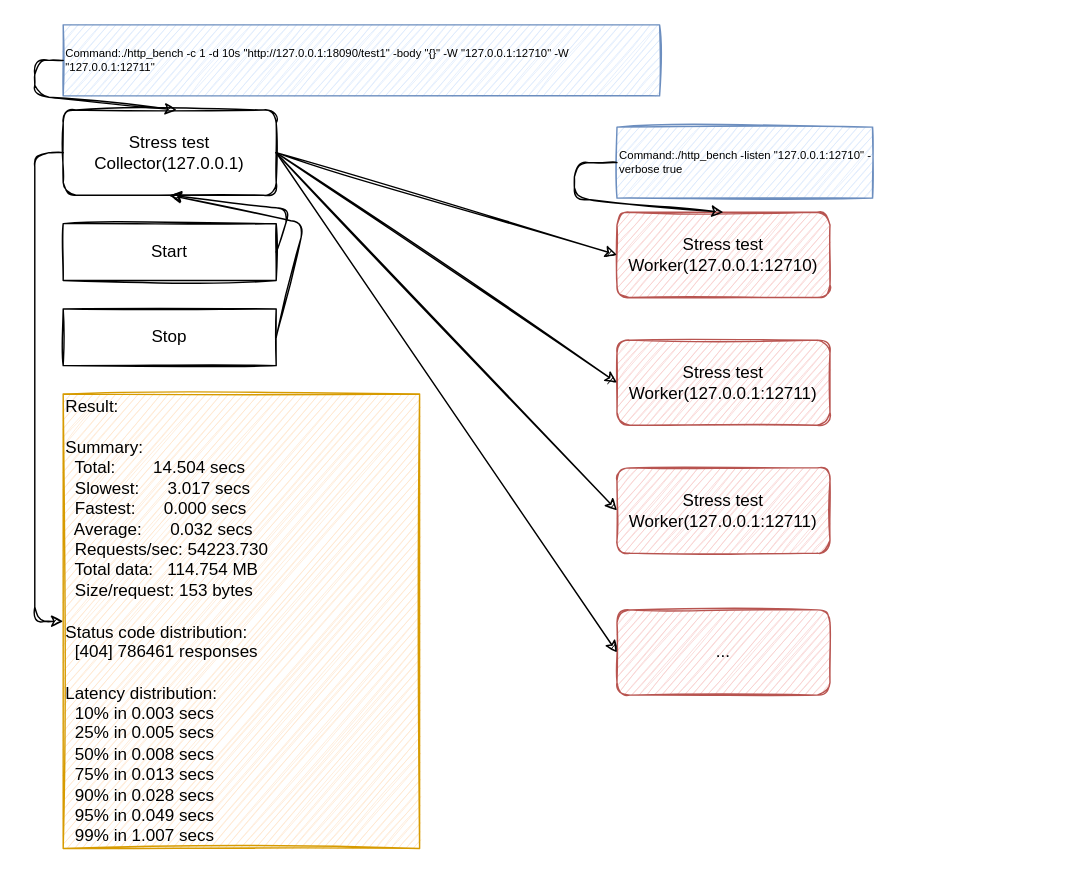
This is arch.drawio from linkxzhou/http_bench, a draw.io file, before an edit. Source tidied: cells renumbered, new cells numbered last; positions are measured from the earlier drawing's top-left corner, leaving out a move shared by most shapes. Both pictures are drawn from the tidied source at 142%, with x=0, y=0 at pixel (34, 24).
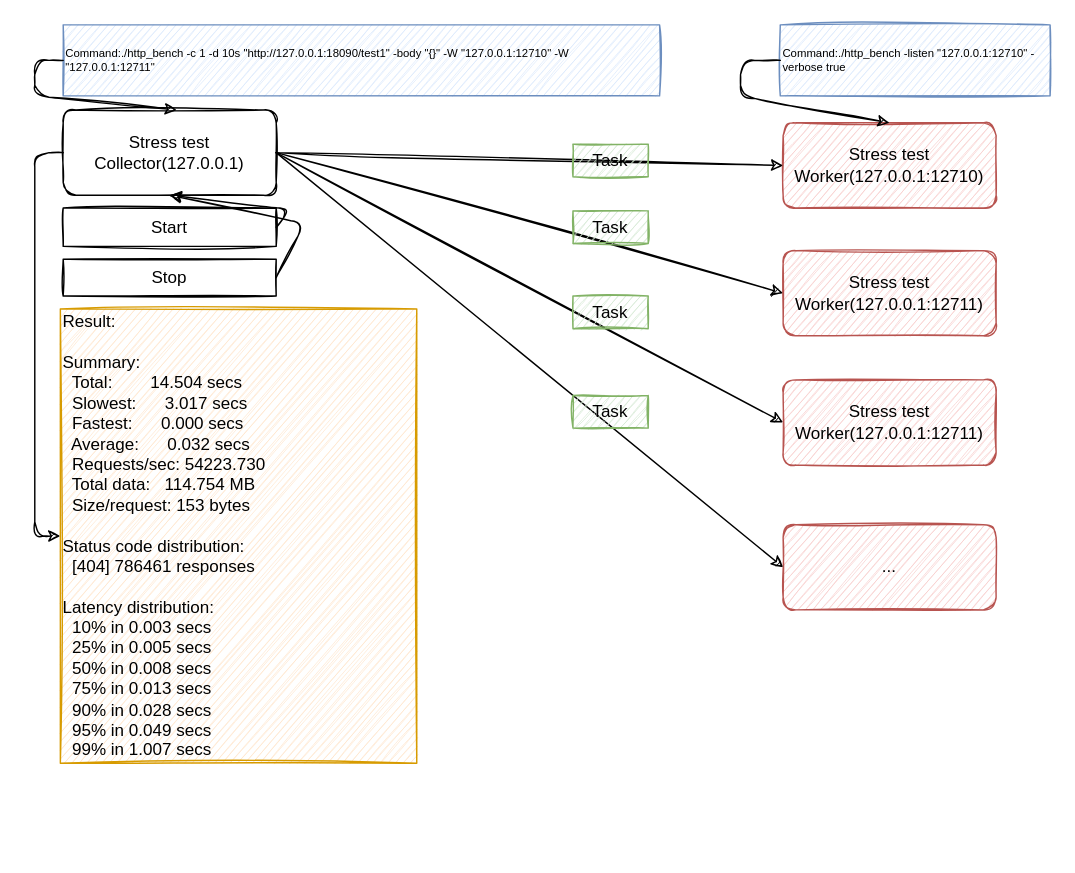
The same page after the edit.

Unchanged cells that the change refers to:
```xml
<mxCell id="2" value="Stress test Collector(127.0.0.1)" style="rounded=1;whiteSpace=wrap;html=1;sketch=1;" parent="1" vertex="1">
  <mxGeometry x="20" y="60" width="150" height="60" as="geometry" />
</mxCell>
```

Diff of the diagram source:
```diff
@@
     <mxCell id="3" value="Stress test Worker(127.0.0.1:12710)" style="rounded=1;whiteSpace=wrap;html=1;sketch=1;fillColor=#f8cecc;strokeColor=#b85450;" parent="1" vertex="1">
-      <mxGeometry x="410" y="132" width="150" height="60" as="geometry" />
+      <mxGeometry x="527" y="69" width="150" height="60" as="geometry" />
     </mxCell>
     <mxCell id="4" value="Stress test Worker(127.0.0.1:12711)" style="rounded=1;whiteSpace=wrap;html=1;sketch=1;fillColor=#f8cecc;strokeColor=#b85450;" parent="1" vertex="1">
-      <mxGeometry x="410" y="222" width="150" height="60" as="geometry" />
+      <mxGeometry x="527" y="159" width="150" height="60" as="geometry" />
     </mxCell>
     <mxCell id="5" value="Stress test Worker(127.0.0.1:12711)" style="rounded=1;whiteSpace=wrap;html=1;shadow=0;sketch=1;fillColor=#f8cecc;strokeColor=#b85450;" parent="1" vertex="1">
-      <mxGeometry x="410" y="312" width="150" height="60" as="geometry" />
+      <mxGeometry x="527" y="250" width="150" height="60" as="geometry" />
     </mxCell>
@@
     <mxCell id="9" value="Start" style="rounded=0;whiteSpace=wrap;html=1;sketch=1;" parent="1" vertex="1">
-      <mxGeometry x="20" y="140" width="150" height="40" as="geometry" />
+      <mxGeometry x="20" y="129" width="150" height="27" as="geometry" />
     </mxCell>
     <mxCell id="10" value="Stop" style="rounded=0;whiteSpace=wrap;html=1;sketch=1;" parent="1" vertex="1">
-      <mxGeometry x="20" y="200" width="150" height="40" as="geometry" />
+      <mxGeometry x="20" y="165" width="150" height="26" as="geometry" />
     </mxCell>
@@
     <mxCell id="13" value="&lt;span&gt;Result:&lt;br&gt;&lt;br&gt;Summary:&lt;/span&gt;&lt;div&gt;&amp;nbsp; Total:&amp;nbsp; &amp;nbsp; &amp;nbsp; &amp;nbsp; 14.504 secs&lt;/div&gt;&lt;div&gt;&amp;nbsp; Slowest:&amp;nbsp; &amp;nbsp; &amp;nbsp; 3.017 secs&lt;/div&gt;&lt;div&gt;&amp;nbsp; Fastest:&amp;nbsp; &amp;nbsp; &amp;nbsp; 0.000 secs&lt;/div&gt;&lt;div&gt;&amp;nbsp; Average:&amp;nbsp; &amp;nbsp; &amp;nbsp; 0.032 secs&lt;/div&gt;&lt;div&gt;&amp;nbsp; Requests/sec: 54223.730&lt;/div&gt;&lt;div&gt;&amp;nbsp; Total data:&amp;nbsp; &amp;nbsp;114.754 MB&lt;/div&gt;&lt;div&gt;&amp;nbsp; Size/request: 153 bytes&lt;/div&gt;&lt;div&gt;&lt;br&gt;&lt;/div&gt;&lt;div&gt;Status code distribution:&lt;/div&gt;&lt;div&gt;&amp;nbsp; [404] 786461 responses&lt;/div&gt;&lt;div&gt;&lt;br&gt;&lt;/div&gt;&lt;div&gt;Latency distribution:&lt;/div&gt;&lt;div&gt;&amp;nbsp; 10% in 0.003 secs&lt;/div&gt;&lt;div&gt;&amp;nbsp; 25% in 0.005 secs&lt;/div&gt;&lt;div&gt;&amp;nbsp; 50% in 0.008 secs&lt;/div&gt;&lt;div&gt;&amp;nbsp; 75% in 0.013 secs&lt;/div&gt;&lt;div&gt;&amp;nbsp; 90% in 0.028 secs&lt;/div&gt;&lt;div&gt;&amp;nbsp; 95% in 0.049 secs&lt;/div&gt;&lt;div&gt;&amp;nbsp; 99% in 1.007 secs&lt;/div&gt;" style="rounded=0;whiteSpace=wrap;html=1;sketch=1;align=left;fillColor=#ffe6cc;strokeColor=#d79b00;" parent="1" vertex="1">
-      <mxGeometry x="20" y="260" width="251" height="320" as="geometry" />
+      <mxGeometry x="18" y="200" width="251" height="320" as="geometry" />
     </mxCell>
     <mxCell id="14" style="endArrow=classic;html=1;rounded=1;sketch=1;curved=0;exitX=0;exitY=0.5;exitDx=0;exitDy=0;entryX=0;entryY=0.5;entryDx=0;entryDy=0;" parent="1" edge="1" source="2" target="13">
       <mxGeometry relative="1" as="geometry">
         <Array as="points">
           <mxPoint y="90" />
-          <mxPoint y="420" />
+          <mxPoint y="360" />
         </Array>
       </mxGeometry>
     </mxCell>
     <mxCell id="15" value="..." style="rounded=1;whiteSpace=wrap;html=1;shadow=0;sketch=1;fillColor=#f8cecc;strokeColor=#b85450;" parent="1" vertex="1">
-      <mxGeometry x="410" y="412" width="150" height="60" as="geometry" />
+      <mxGeometry x="527" y="352" width="150" height="60" as="geometry" />
     </mxCell>
@@
     <mxCell id="18" value="Command:./http_bench -listen &quot;127.0.0.1:12710&quot; -verbose true" style="rounded=0;whiteSpace=wrap;html=1;sketch=1;fontSize=8;fillColor=#dae8fc;strokeColor=#6c8ebf;align=left;" parent="1" vertex="1">
-      <mxGeometry x="410" y="72" width="180" height="50" as="geometry" />
+      <mxGeometry x="525" width="190" height="50" as="geometry" />
     </mxCell>
@@
     <mxCell id="20" style="endArrow=classic;html=1;rounded=1;sketch=1;fontSize=8;curved=0;exitX=0;exitY=0.5;exitDx=0;exitDy=0;entryX=0.5;entryY=0;entryDx=0;entryDy=0;" parent="1" edge="1" source="18" target="3">
       <mxGeometry relative="1" as="geometry">
         <Array as="points">
-          <mxPoint x="380" y="97" />
-          <mxPoint x="380" y="122" />
+          <mxPoint x="497" y="25" />
+          <mxPoint x="497" y="50" />
         </Array>
       </mxGeometry>
     </mxCell>
+    <mxCell id="21" value="Task" style="rounded=0;whiteSpace=wrap;html=1;fillColor=#d5e8d4;strokeColor=#82b366;sketch=1;" parent="1" vertex="1">
+      <mxGeometry x="379" y="84" width="53" height="23" as="geometry" />
+    </mxCell>
+    <mxCell id="22" value="Task" style="rounded=0;whiteSpace=wrap;html=1;fillColor=#d5e8d4;strokeColor=#82b366;sketch=1;" parent="1" vertex="1">
+      <mxGeometry x="379" y="131" width="53" height="23" as="geometry" />
+    </mxCell>
+    <mxCell id="23" value="Task" style="rounded=0;whiteSpace=wrap;html=1;fillColor=#d5e8d4;strokeColor=#82b366;sketch=1;" parent="1" vertex="1">
+      <mxGeometry x="379" y="191" width="53" height="23" as="geometry" />
+    </mxCell>
+    <mxCell id="24" value="Task" style="rounded=0;whiteSpace=wrap;html=1;fillColor=#d5e8d4;strokeColor=#82b366;sketch=1;" parent="1" vertex="1">
+      <mxGeometry x="379" y="261" width="53" height="23" as="geometry" />
+    </mxCell>
```
